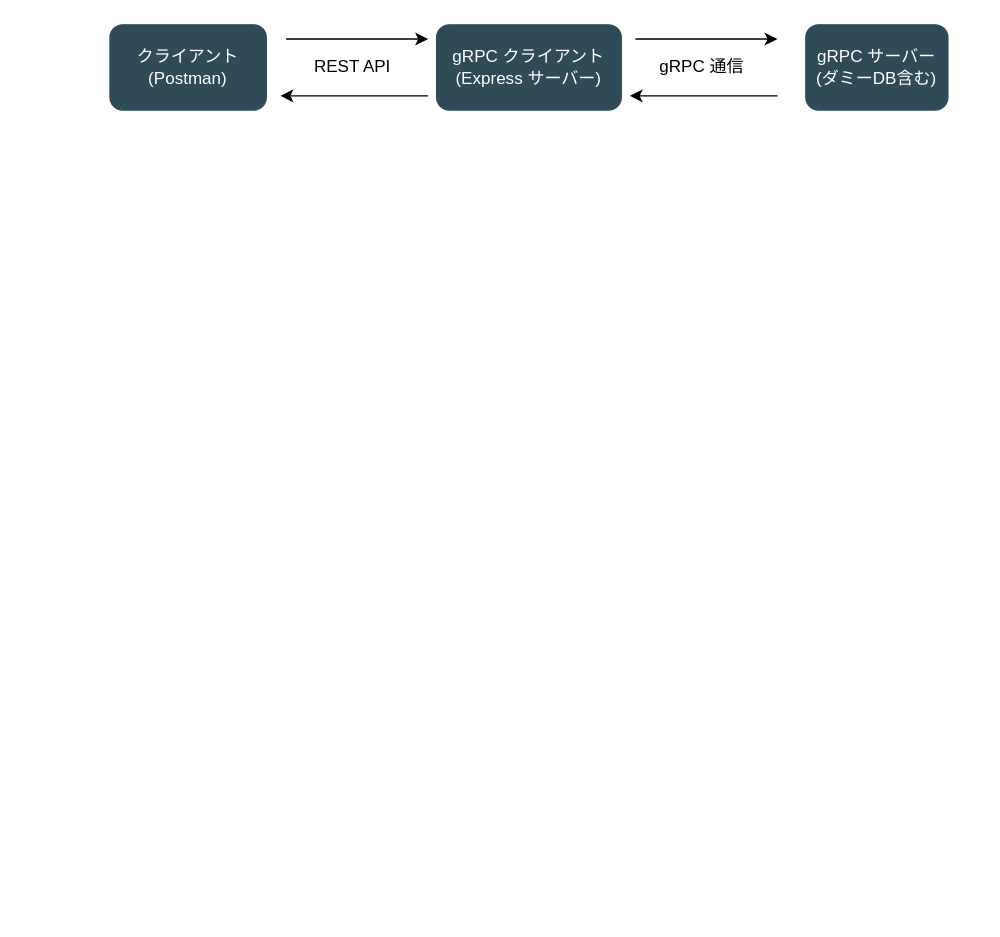
This is architecture.drawio from yasuki0707/grpc-codegen, a draw.io file, before an edit. Source tidied: cells renumbered, new cells numbered last; positions are measured from the earlier drawing's top-left corner, leaving out a move shared by most shapes. Both pictures are drawn from the tidied source at 142%, with x=0, y=0 at pixel (109, 24).
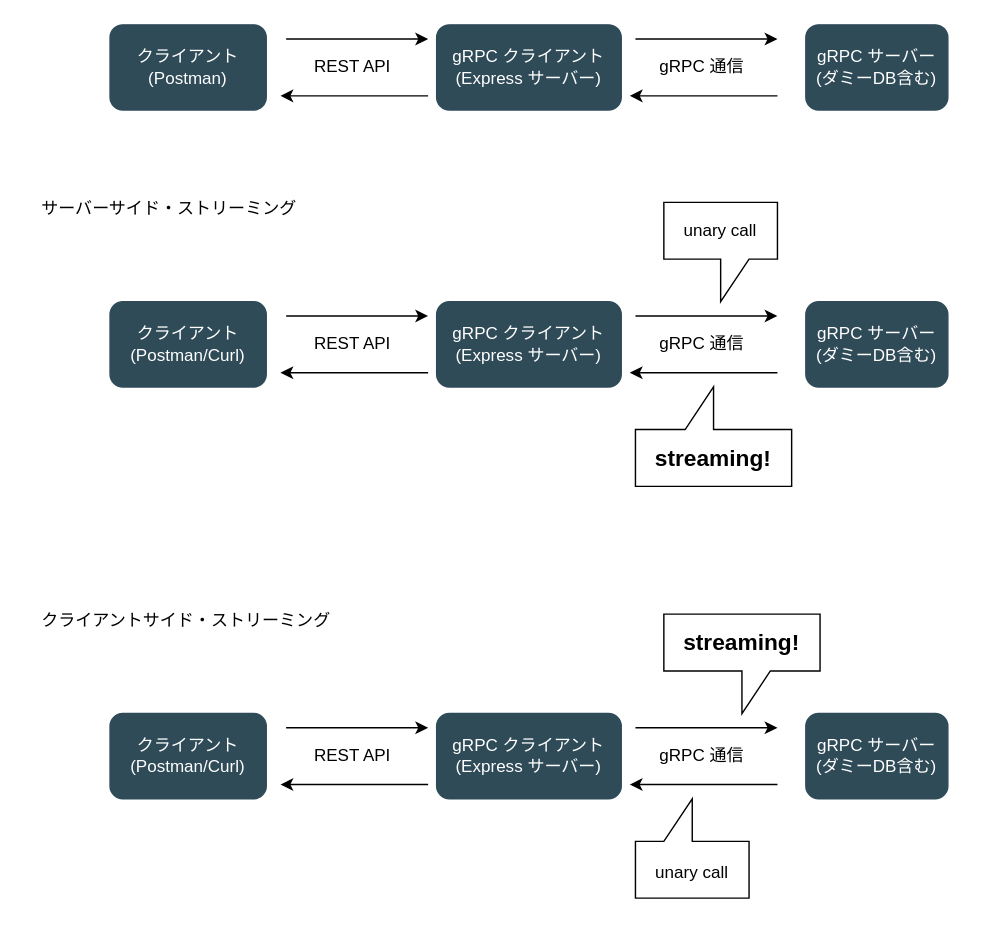
The same diagram, later.

What changed in the source:
```diff
@@
-<mxGraphModel>
+<mxGraphModel background="#ffffff">
@@
+    <mxCell id="12" style="group;" parent="1" vertex="1">
+      <mxGeometry y="195" width="590" height="60" as="geometry" />
+    </mxCell>
+    <mxCell id="13" style="edgeStyle=none;html=1;strokeColor=#000000;" parent="12" edge="1">
+      <mxGeometry relative="1" as="geometry">
+        <mxPoint x="370" y="10" as="sourcePoint" />
+        <mxPoint x="470" y="10" as="targetPoint" />
+      </mxGeometry>
+    </mxCell>
+    <mxCell id="14" value="gRPC クライアント&lt;br&gt;(Express サーバー)" style="rounded=1;whiteSpace=wrap;html=1;fillColor=#2f4b58;fontColor=#ffffff;strokeColor=#2F4B58;" parent="12" vertex="1">
+      <mxGeometry x="230" width="130" height="60" as="geometry" />
+    </mxCell>
+    <mxCell id="15" value="gRPC サーバー&lt;br&gt;(ダミーDB含む)" style="rounded=1;whiteSpace=wrap;html=1;fillColor=#2f4b58;fontColor=#ffffff;strokeColor=#2F4B58;" parent="12" vertex="1">
+      <mxGeometry x="490" width="100" height="60" as="geometry" />
+    </mxCell>
+    <mxCell id="16" value="クライアント&lt;br&gt;(Postman/Curl)" style="rounded=1;whiteSpace=wrap;html=1;fillColor=#2f4b58;fontColor=#ffffff;strokeColor=#2F4B58;" parent="12" vertex="1">
+      <mxGeometry width="110" height="60" as="geometry" />
+    </mxCell>
+    <mxCell id="17" style="edgeStyle=none;html=1;strokeColor=#000000;" parent="12" edge="1">
+      <mxGeometry relative="1" as="geometry">
+        <mxPoint x="470" y="50" as="sourcePoint" />
+        <mxPoint x="366" y="50" as="targetPoint" />
+      </mxGeometry>
+    </mxCell>
+    <mxCell id="18" value="gRPC 通信" style="text;html=1;align=center;verticalAlign=middle;whiteSpace=wrap;rounded=0;fontColor=#000000;" parent="12" vertex="1">
+      <mxGeometry x="374" y="15" width="86" height="30" as="geometry" />
+    </mxCell>
+    <mxCell id="19" style="edgeStyle=none;html=1;strokeColor=#000000;" parent="12" edge="1">
+      <mxGeometry relative="1" as="geometry">
+        <mxPoint x="124" y="10" as="sourcePoint" />
+        <mxPoint x="224" y="10" as="targetPoint" />
+      </mxGeometry>
+    </mxCell>
+    <mxCell id="20" style="edgeStyle=none;html=1;strokeColor=#000000;" parent="12" edge="1">
+      <mxGeometry relative="1" as="geometry">
+        <mxPoint x="224" y="50" as="sourcePoint" />
+        <mxPoint x="120" y="50" as="targetPoint" />
+      </mxGeometry>
+    </mxCell>
+    <mxCell id="21" value="REST API" style="text;html=1;align=center;verticalAlign=middle;whiteSpace=wrap;rounded=0;fontColor=#000000;" parent="12" vertex="1">
+      <mxGeometry x="128" y="15" width="86" height="30" as="geometry" />
+    </mxCell>
+    <mxCell id="22" value="streaming!" style="shape=callout;whiteSpace=wrap;html=1;perimeter=calloutPerimeter;direction=west;fontStyle=1;fontSize=16;" parent="1" vertex="1">
+      <mxGeometry x="370" y="255" width="110" height="70" as="geometry" />
+    </mxCell>
+    <mxCell id="23" value="unary call" style="shape=callout;whiteSpace=wrap;html=1;perimeter=calloutPerimeter;direction=east;" parent="1" vertex="1">
+      <mxGeometry x="390" y="125" width="80" height="70" as="geometry" />
+    </mxCell>
+    <mxCell id="24" style="rounded=0;whiteSpace=wrap;html=1;fontSize=16;fontColor=#000000;fillColor=none;strokeColor=none;" parent="1" vertex="1">
+      <mxGeometry x="-60" y="95" width="670" height="240" as="geometry" />
+    </mxCell>
+    <mxCell id="25" value="サーバーサイド・ストリーミング" style="text;html=1;strokeColor=none;fillColor=none;align=left;verticalAlign=middle;whiteSpace=wrap;rounded=0;fontColor=#000000;" parent="1" vertex="1">
+      <mxGeometry x="-50" y="115" width="230" height="30" as="geometry" />
+    </mxCell>
+    <mxCell id="26" style="group;" parent="1" vertex="1">
+      <mxGeometry y="485" width="590" height="60" as="geometry" />
+    </mxCell>
+    <mxCell id="27" style="edgeStyle=none;html=1;strokeColor=#000000;" parent="26" edge="1">
+      <mxGeometry relative="1" as="geometry">
+        <mxPoint x="370" y="10" as="sourcePoint" />
+        <mxPoint x="470" y="10" as="targetPoint" />
+      </mxGeometry>
+    </mxCell>
+    <mxCell id="28" value="gRPC クライアント&lt;br&gt;(Express サーバー)" style="rounded=1;whiteSpace=wrap;html=1;fillColor=#2f4b58;fontColor=#ffffff;strokeColor=#2F4B58;" parent="26" vertex="1">
+      <mxGeometry x="230" width="130" height="60" as="geometry" />
+    </mxCell>
+    <mxCell id="29" value="gRPC サーバー&lt;br&gt;(ダミーDB含む)" style="rounded=1;whiteSpace=wrap;html=1;fillColor=#2f4b58;fontColor=#ffffff;strokeColor=#2F4B58;" parent="26" vertex="1">
+      <mxGeometry x="490" width="100" height="60" as="geometry" />
+    </mxCell>
+    <mxCell id="30" value="クライアント&lt;br&gt;(Postman/Curl)" style="rounded=1;whiteSpace=wrap;html=1;fillColor=#2f4b58;fontColor=#ffffff;strokeColor=#2F4B58;" parent="26" vertex="1">
+      <mxGeometry width="110" height="60" as="geometry" />
+    </mxCell>
+    <mxCell id="31" style="edgeStyle=none;html=1;strokeColor=#000000;" parent="26" edge="1">
+      <mxGeometry relative="1" as="geometry">
+        <mxPoint x="470" y="50" as="sourcePoint" />
+        <mxPoint x="366" y="50" as="targetPoint" />
+      </mxGeometry>
+    </mxCell>
+    <mxCell id="32" value="gRPC 通信" style="text;html=1;align=center;verticalAlign=middle;whiteSpace=wrap;rounded=0;fontColor=#000000;" parent="26" vertex="1">
+      <mxGeometry x="374" y="15" width="86" height="30" as="geometry" />
+    </mxCell>
+    <mxCell id="33" style="edgeStyle=none;html=1;strokeColor=#000000;" parent="26" edge="1">
+      <mxGeometry relative="1" as="geometry">
+        <mxPoint x="124" y="10" as="sourcePoint" />
+        <mxPoint x="224" y="10" as="targetPoint" />
+      </mxGeometry>
+    </mxCell>
+    <mxCell id="34" style="edgeStyle=none;html=1;strokeColor=#000000;" parent="26" edge="1">
+      <mxGeometry relative="1" as="geometry">
+        <mxPoint x="224" y="50" as="sourcePoint" />
+        <mxPoint x="120" y="50" as="targetPoint" />
+      </mxGeometry>
+    </mxCell>
+    <mxCell id="35" value="REST API" style="text;html=1;align=center;verticalAlign=middle;whiteSpace=wrap;rounded=0;fontColor=#000000;" parent="26" vertex="1">
+      <mxGeometry x="128" y="15" width="86" height="30" as="geometry" />
+    </mxCell>
+    <mxCell id="36" style="rounded=0;whiteSpace=wrap;html=1;fontSize=16;fontColor=#000000;fillColor=none;strokeColor=none;" parent="1" vertex="1">
+      <mxGeometry x="-60" y="385" width="670" height="240" as="geometry" />
+    </mxCell>
+    <mxCell id="37" value="&lt;span style=&quot;font-size: 12px; font-weight: 400;&quot;&gt;unary call&lt;/span&gt;" style="shape=callout;whiteSpace=wrap;html=1;perimeter=calloutPerimeter;direction=west;fontStyle=1;fontSize=16;" parent="1" vertex="1">
+      <mxGeometry x="370" y="545" width="80" height="70" as="geometry" />
+    </mxCell>
+    <mxCell id="38" value="streaming!" style="shape=callout;whiteSpace=wrap;html=1;perimeter=calloutPerimeter;direction=east;fontSize=16;fontStyle=1;" parent="1" vertex="1">
+      <mxGeometry x="390" y="415" width="110" height="70" as="geometry" />
+    </mxCell>
+    <mxCell id="39" value="クライアントサイド・ストリーミング" style="text;html=1;strokeColor=none;fillColor=none;align=left;verticalAlign=middle;whiteSpace=wrap;rounded=0;fontColor=#000000;" parent="1" vertex="1">
+      <mxGeometry x="-50" y="405" width="230" height="30" as="geometry" />
+    </mxCell>
```
